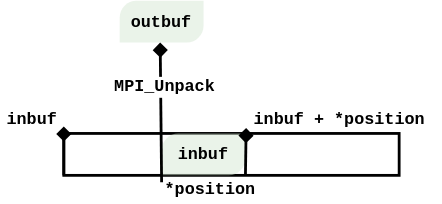
This is content/img/E01-unpack.svg from ENCCS/intermediate-mpi, a draw.io export, as it was before one commit. Source tidied: cells renumbered, new cells last; positions are measured from the earlier drawing's top-left corner, leaving out a move shared by most shapes. Its diagram source:
```xml
<mxGraphModel>
  <root>
    <mxCell id="0" />
    <mxCell id="1" parent="0" />
    <mxCell id="2" style="rounded=0;whiteSpace=wrap;html=1;strokeWidth=2;fillColor=none;" parent="1" vertex="1">
      <mxGeometry x="45" y="95" width="240" height="30" as="geometry" />
    </mxCell>
    <mxCell id="3" style="verticalLabelPosition=bottom;verticalAlign=top;html=1;shape=mxgraph.basic.diag_round_rect;dx=6;shadow=0;fillColor=#d5e8d4;opacity=50;fontFamily=Helvetica;strokeColor=none;" parent="1" vertex="1">
      <mxGeometry x="85" width="60" height="30" as="geometry" />
    </mxCell>
    <mxCell id="4" style="verticalLabelPosition=bottom;verticalAlign=top;html=1;shape=mxgraph.basic.diag_round_rect;dx=6;shadow=0;fillColor=#d5e8d4;opacity=50;fontFamily=Helvetica;strokeColor=none;" parent="1" vertex="1">
      <mxGeometry x="115" y="95" width="60" height="30" as="geometry" />
    </mxCell>
    <mxCell id="5" value="&lt;b&gt;&lt;font face=&quot;Courier New&quot;&gt;inbuf&lt;/font&gt;&lt;/b&gt;" style="text;html=1;strokeColor=none;fillColor=none;align=center;verticalAlign=middle;whiteSpace=wrap;rounded=0;opacity=30;" parent="1" vertex="1">
      <mxGeometry x="125" y="100" width="40" height="20" as="geometry" />
    </mxCell>
    <mxCell id="6" value="&lt;b&gt;&lt;font face=&quot;Courier New&quot;&gt;outbuf&lt;/font&gt;&lt;/b&gt;" style="text;html=1;strokeColor=none;fillColor=none;align=center;verticalAlign=middle;whiteSpace=wrap;rounded=0;opacity=30;" parent="1" vertex="1">
      <mxGeometry x="95" y="5" width="40" height="20" as="geometry" />
    </mxCell>
    <mxCell id="7" value="&lt;font face=&quot;Courier New&quot;&gt;&lt;b&gt;inbuf&lt;/b&gt;&lt;/font&gt;" style="text;html=1;strokeColor=none;fillColor=none;align=center;verticalAlign=middle;whiteSpace=wrap;rounded=0;" parent="1" vertex="1">
      <mxGeometry y="75" width="45" height="20" as="geometry" />
    </mxCell>
    <mxCell id="8" value="&lt;font face=&quot;Courier New&quot;&gt;&lt;b&gt;*position&lt;/b&gt;&lt;/font&gt;" style="text;html=1;strokeColor=none;fillColor=none;align=center;verticalAlign=middle;whiteSpace=wrap;rounded=0;" parent="1" vertex="1">
      <mxGeometry x="115" y="125" width="70" height="20" as="geometry" />
    </mxCell>
    <mxCell id="9" value="&lt;font face=&quot;Courier New&quot;&gt;&lt;b&gt;inbuf + *position&lt;/b&gt;&lt;/font&gt;" style="text;html=1;strokeColor=none;fillColor=none;align=center;verticalAlign=middle;whiteSpace=wrap;rounded=0;" parent="1" vertex="1">
      <mxGeometry x="170" y="75" width="145" height="20" as="geometry" />
    </mxCell>
    <mxCell id="10" style="endArrow=diamond;html=1;strokeColor=#000000;strokeWidth=2;endFill=1;exitX=0;exitY=1;exitDx=0;exitDy=0;entryX=1;entryY=0.75;entryDx=0;entryDy=0;" parent="1" edge="1" source="2" target="7">
      <mxGeometry relative="1" as="geometry" />
    </mxCell>
    <mxCell id="11" style="endArrow=diamond;html=1;strokeColor=#000000;strokeWidth=2;endFill=1;entryX=0.377;entryY=-0.127;entryDx=0;entryDy=0;entryPerimeter=0;" parent="1" edge="1">
      <mxGeometry relative="1" as="geometry">
        <mxPoint x="175" y="125" as="sourcePoint" />
        <mxPoint x="175.5" y="91.2" as="targetPoint" />
      </mxGeometry>
    </mxCell>
    <mxCell id="12" style="endArrow=none;html=1;strokeWidth=2;entryX=0;entryY=0.25;entryDx=0;entryDy=0;endFill=0;startArrow=diamond;startFill=1;" parent="1" edge="1" target="8">
      <mxGeometry relative="1" as="geometry">
        <mxPoint x="114" y="30" as="sourcePoint" />
      </mxGeometry>
    </mxCell>
    <mxCell id="13" value="&lt;b&gt;&lt;font face=&quot;Courier New&quot; style=&quot;font-size: 12px&quot;&gt;MPI_Unpack&lt;/font&gt;&lt;/b&gt;" style="edgeLabel;html=1;align=center;verticalAlign=middle;" parent="12" vertex="1">
      <mxGeometry x="-0.35" y="2" relative="1" as="geometry" />
    </mxCell>
  </root>
</mxGraphModel>
```
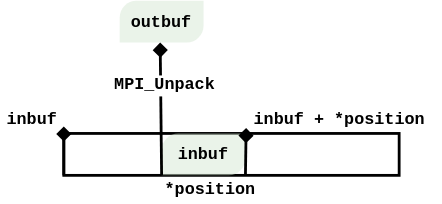
The same file after the commit.

What changed in the source:
```diff
@@ -35,7 +35,7 @@
         <mxPoint x="175.5" y="91.2" as="targetPoint" />
       </mxGeometry>
     </mxCell>
-    <mxCell id="12" style="endArrow=none;html=1;strokeWidth=2;entryX=0;entryY=0.25;entryDx=0;entryDy=0;endFill=0;startArrow=diamond;startFill=1;" parent="1" edge="1" target="8">
+    <mxCell id="12" style="endArrow=none;html=1;strokeWidth=2;endFill=0;startArrow=diamond;startFill=1;entryX=0;entryY=1;entryDx=0;entryDy=0;entryPerimeter=0;" parent="1" edge="1" target="4">
       <mxGeometry relative="1" as="geometry">
         <mxPoint x="114" y="30" as="sourcePoint" />
       </mxGeometry>
```
